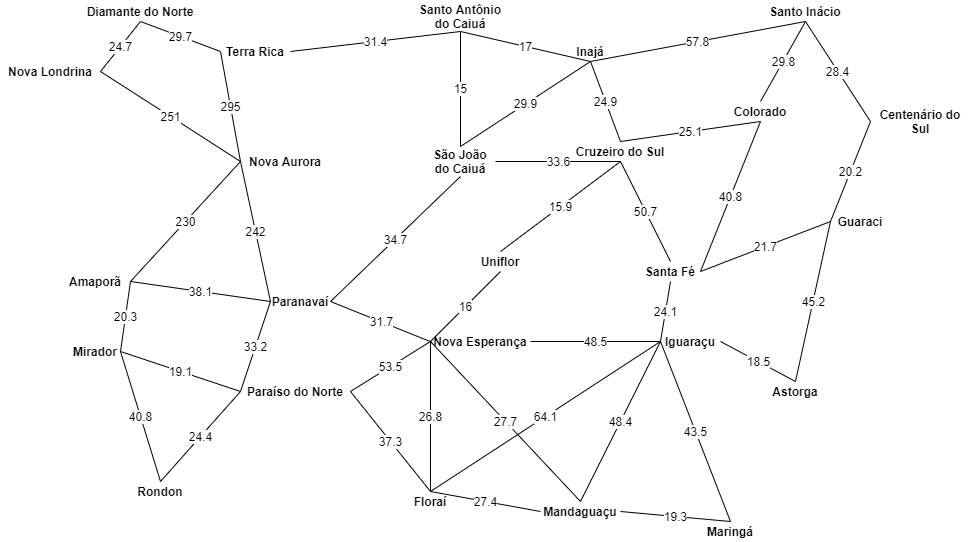
Before: Sistemas Inteligentes/Trabalho 1 - Comparação de buscas heurísticas/map_weight.png, a diagram exported from draw.io (keikomori/CP-UTFPR). Source tidied: cells renumbered, new cells last; positions are measured from the earlier drawing's top-left corner, leaving out a move shared by most shapes.
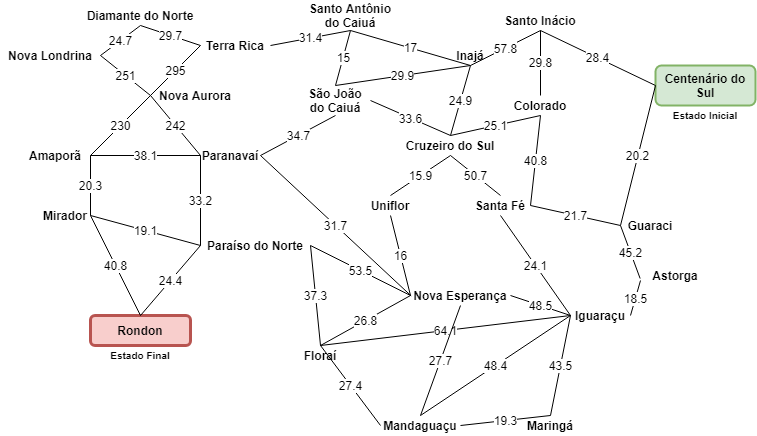
After the commit.

Diff of the diagram source:
```diff
@@ -6,76 +6,76 @@
       <mxGeometry x="80" width="120" height="20" as="geometry" />
     </mxCell>
     <mxCell id="3" value="Nova Londrina" style="text;html=1;strokeColor=none;fillColor=none;align=center;verticalAlign=middle;whiteSpace=wrap;rounded=0;fontSize=12;fontStyle=1;" parent="1" vertex="1">
-      <mxGeometry y="60" width="100" height="20" as="geometry" />
+      <mxGeometry y="40" width="100" height="20" as="geometry" />
     </mxCell>
     <mxCell id="4" value="Terra Rica" style="text;html=1;strokeColor=none;fillColor=none;align=center;verticalAlign=middle;whiteSpace=wrap;rounded=0;fontSize=12;fontStyle=1;" parent="1" vertex="1">
-      <mxGeometry x="220" y="40" width="70" height="20" as="geometry" />
+      <mxGeometry x="200" y="30" width="70" height="20" as="geometry" />
     </mxCell>
     <mxCell id="5" value="Nova Aurora" style="text;html=1;strokeColor=none;fillColor=none;align=center;verticalAlign=middle;whiteSpace=wrap;rounded=0;fontSize=12;fontStyle=1;" parent="1" vertex="1">
-      <mxGeometry x="240" y="150" width="90" height="20" as="geometry" />
+      <mxGeometry x="150" y="80" width="90" height="20" as="geometry" />
     </mxCell>
     <mxCell id="6" value="Amaporã" style="text;html=1;strokeColor=none;fillColor=none;align=center;verticalAlign=middle;whiteSpace=wrap;rounded=0;fontSize=12;fontStyle=1;" parent="1" vertex="1">
-      <mxGeometry x="60" y="270" width="70" height="20" as="geometry" />
+      <mxGeometry x="20" y="140" width="70" height="20" as="geometry" />
     </mxCell>
     <mxCell id="7" value="Mirador" style="text;html=1;strokeColor=none;fillColor=none;align=center;verticalAlign=middle;whiteSpace=wrap;rounded=0;fontSize=12;fontStyle=1;" parent="1" vertex="1">
-      <mxGeometry x="70" y="340" width="50" height="20" as="geometry" />
+      <mxGeometry x="40" y="200" width="50" height="20" as="geometry" />
     </mxCell>
-    <mxCell id="8" value="Rondon" style="text;html=1;strokeColor=none;fillColor=none;align=center;verticalAlign=middle;whiteSpace=wrap;rounded=0;fontSize=12;fontStyle=1;" parent="1" vertex="1">
-      <mxGeometry x="110" y="480" width="100" height="20" as="geometry" />
+    <mxCell id="8" value="Rondon" style="text;html=1;strokeColor=#b85450;fillColor=#f8cecc;align=center;verticalAlign=middle;whiteSpace=wrap;rounded=1;fontSize=12;fontStyle=1;strokeWidth=3;" parent="1" vertex="1">
+      <mxGeometry x="90" y="310" width="100" height="30" as="geometry" />
     </mxCell>
     <mxCell id="9" value="Paraíso do Norte" style="text;html=1;strokeColor=none;fillColor=none;align=center;verticalAlign=middle;whiteSpace=wrap;rounded=0;fontSize=12;fontStyle=1;" parent="1" vertex="1">
-      <mxGeometry x="240" y="380" width="110" height="20" as="geometry" />
+      <mxGeometry x="200" y="230" width="110" height="20" as="geometry" />
     </mxCell>
     <mxCell id="10" value="Paranavaí" style="text;html=1;strokeColor=none;fillColor=none;align=center;verticalAlign=middle;whiteSpace=wrap;rounded=0;fontSize=12;fontStyle=1;" parent="1" vertex="1">
-      <mxGeometry x="270" y="290" width="60" height="20" as="geometry" />
+      <mxGeometry x="200" y="140" width="60" height="20" as="geometry" />
     </mxCell>
     <mxCell id="11" value="São João do Caiuá" style="text;html=1;strokeColor=none;fillColor=none;align=center;verticalAlign=middle;whiteSpace=wrap;rounded=0;fontSize=12;fontStyle=1;" parent="1" vertex="1">
-      <mxGeometry x="425" y="145" width="70" height="30" as="geometry" />
+      <mxGeometry x="300" y="80" width="70" height="30" as="geometry" />
     </mxCell>
     <mxCell id="12" value="Santo Antônio do Caiuá" style="text;html=1;strokeColor=none;fillColor=none;align=center;verticalAlign=middle;whiteSpace=wrap;rounded=0;fontSize=12;fontStyle=1;" parent="1" vertex="1">
-      <mxGeometry x="410" width="100" height="30" as="geometry" />
+      <mxGeometry x="300" y="-5" width="100" height="30" as="geometry" />
     </mxCell>
     <mxCell id="13" value="Inajá" style="text;html=1;strokeColor=none;fillColor=none;align=center;verticalAlign=middle;whiteSpace=wrap;rounded=0;fontSize=12;fontStyle=1;" parent="1" vertex="1">
-      <mxGeometry x="570" y="40" width="40" height="20" as="geometry" />
+      <mxGeometry x="450" y="40" width="40" height="20" as="geometry" />
     </mxCell>
     <mxCell id="14" value="Cruzeiro do Sul" style="text;html=1;strokeColor=none;fillColor=none;align=center;verticalAlign=middle;whiteSpace=wrap;rounded=0;fontSize=12;fontStyle=1;" parent="1" vertex="1">
-      <mxGeometry x="570" y="140" width="100" height="20" as="geometry" />
+      <mxGeometry x="400" y="130" width="100" height="20" as="geometry" />
     </mxCell>
     <mxCell id="15" value="Uniflor" style="text;html=1;strokeColor=none;fillColor=none;align=center;verticalAlign=middle;whiteSpace=wrap;rounded=0;fontSize=12;fontStyle=1;" parent="1" vertex="1">
-      <mxGeometry x="470" y="250" width="60" height="20" as="geometry" />
+      <mxGeometry x="360" y="190" width="60" height="20" as="geometry" />
     </mxCell>
     <mxCell id="16" value="Nova Esperança" style="text;html=1;strokeColor=none;fillColor=none;align=center;verticalAlign=middle;whiteSpace=wrap;rounded=0;fontSize=12;fontStyle=1;" parent="1" vertex="1">
-      <mxGeometry x="430" y="330" width="100" height="20" as="geometry" />
+      <mxGeometry x="410" y="280" width="100" height="20" as="geometry" />
     </mxCell>
     <mxCell id="17" value="Floraí" style="text;html=1;strokeColor=none;fillColor=none;align=center;verticalAlign=middle;whiteSpace=wrap;rounded=0;fontSize=12;fontStyle=1;" parent="1" vertex="1">
-      <mxGeometry x="380" y="490" width="100" height="20" as="geometry" />
+      <mxGeometry x="270" y="340" width="100" height="20" as="geometry" />
     </mxCell>
     <mxCell id="18" value="Mandaguaçu" style="text;html=1;strokeColor=none;fillColor=none;align=center;verticalAlign=middle;whiteSpace=wrap;rounded=0;fontSize=12;fontStyle=1;" parent="1" vertex="1">
-      <mxGeometry x="540" y="500" width="80" height="20" as="geometry" />
+      <mxGeometry x="380" y="410" width="80" height="20" as="geometry" />
     </mxCell>
     <mxCell id="19" value="Maringá" style="text;html=1;strokeColor=none;fillColor=none;align=center;verticalAlign=middle;whiteSpace=wrap;rounded=0;fontSize=12;fontStyle=1;" parent="1" vertex="1">
-      <mxGeometry x="680" y="520" width="100" height="20" as="geometry" />
+      <mxGeometry x="500" y="410" width="100" height="20" as="geometry" />
     </mxCell>
     <mxCell id="20" value="Iguaraçu" style="text;html=1;strokeColor=none;fillColor=none;align=center;verticalAlign=middle;whiteSpace=wrap;rounded=0;fontSize=12;fontStyle=1;" parent="1" vertex="1">
-      <mxGeometry x="660" y="330" width="60" height="20" as="geometry" />
+      <mxGeometry x="570" y="300" width="60" height="20" as="geometry" />
     </mxCell>
     <mxCell id="21" value="Astorga" style="text;html=1;strokeColor=none;fillColor=none;align=center;verticalAlign=middle;whiteSpace=wrap;rounded=0;fontSize=12;fontStyle=1;" parent="1" vertex="1">
-      <mxGeometry x="760" y="380" width="70" height="20" as="geometry" />
+      <mxGeometry x="640" y="260" width="70" height="20" as="geometry" />
     </mxCell>
     <mxCell id="22" value="Santa Fé" style="text;html=1;strokeColor=none;fillColor=none;align=center;verticalAlign=middle;whiteSpace=wrap;rounded=0;fontSize=12;fontStyle=1;" parent="1" vertex="1">
-      <mxGeometry x="640" y="260" width="60" height="20" as="geometry" />
+      <mxGeometry x="470" y="190" width="60" height="20" as="geometry" />
     </mxCell>
     <mxCell id="23" value="Guaraci" style="text;html=1;strokeColor=none;fillColor=none;align=center;verticalAlign=middle;whiteSpace=wrap;rounded=0;fontSize=12;fontStyle=1;" parent="1" vertex="1">
-      <mxGeometry x="830" y="210" width="60" height="20" as="geometry" />
+      <mxGeometry x="620" y="210" width="60" height="20" as="geometry" />
     </mxCell>
-    <mxCell id="24" value="Centenário do Sul" style="text;html=1;strokeColor=none;fillColor=none;align=center;verticalAlign=middle;whiteSpace=wrap;rounded=0;fontSize=12;fontStyle=1;" parent="1" vertex="1">
-      <mxGeometry x="870" y="110" width="100" height="20" as="geometry" />
+    <mxCell id="24" value="Centenário do Sul" style="text;html=1;strokeColor=#82b366;fillColor=#d5e8d4;align=center;verticalAlign=middle;whiteSpace=wrap;rounded=1;fontSize=12;fontStyle=1;strokeWidth=2;glass=0;shadow=0;sketch=0;" parent="1" vertex="1">
+      <mxGeometry x="655" y="60" width="100" height="40" as="geometry" />
     </mxCell>
     <mxCell id="25" value="Colorado" style="text;html=1;strokeColor=none;fillColor=none;align=center;verticalAlign=middle;whiteSpace=wrap;rounded=0;fontSize=12;fontStyle=1;" parent="1" vertex="1">
-      <mxGeometry x="730" y="100" width="60" height="20" as="geometry" />
+      <mxGeometry x="510" y="90" width="60" height="20" as="geometry" />
     </mxCell>
     <mxCell id="26" value="Santo Inácio" style="text;html=1;strokeColor=none;fillColor=none;align=center;verticalAlign=middle;whiteSpace=wrap;rounded=0;fontSize=12;fontStyle=1;" parent="1" vertex="1">
-      <mxGeometry x="760" width="90" height="20" as="geometry" />
+      <mxGeometry x="495" y="5" width="90" height="20" as="geometry" />
     </mxCell>
     <mxCell id="27" value="24.7" style="endArrow=none;html=1;fontSize=12;entryX=0.5;entryY=1;entryDx=0;entryDy=0;exitX=1;exitY=0.5;exitDx=0;exitDy=0;" parent="1" edge="1" source="3" target="2">
       <mxGeometry relative="1" as="geometry" />
@@ -131,10 +131,8 @@
     <mxCell id="44" value="64.1" style="endArrow=none;html=1;fontSize=12;entryX=0;entryY=0.5;entryDx=0;entryDy=0;exitX=0.5;exitY=0;exitDx=0;exitDy=0;" parent="1" edge="1" source="17" target="20">
       <mxGeometry relative="1" as="geometry" />
     </mxCell>
-    <mxCell id="45" value="27.7" style="endArrow=none;html=1;fontSize=12;entryX=0.5;entryY=0;entryDx=0;entryDy=0;" parent="1" edge="1" target="18">
-      <mxGeometry relative="1" as="geometry">
-        <mxPoint x="430" y="340" as="sourcePoint" />
-      </mxGeometry>
+    <mxCell id="45" value="27.7" style="endArrow=none;html=1;fontSize=12;entryX=0.5;entryY=0;entryDx=0;entryDy=0;exitX=0.5;exitY=1;exitDx=0;exitDy=0;" parent="1" edge="1" source="16" target="18">
+      <mxGeometry relative="1" as="geometry" />
     </mxCell>
     <mxCell id="46" value="19.3" style="endArrow=none;html=1;fontSize=12;exitX=1;exitY=0.5;exitDx=0;exitDy=0;entryX=0.5;entryY=0;entryDx=0;entryDy=0;" parent="1" edge="1" source="18" target="19">
       <mxGeometry relative="1" as="geometry" />
@@ -148,13 +146,13 @@
     <mxCell id="49" value="48.5" style="endArrow=none;html=1;fontSize=12;exitX=1;exitY=0.5;exitDx=0;exitDy=0;entryX=0;entryY=0.5;entryDx=0;entryDy=0;" parent="1" edge="1" source="16" target="20">
       <mxGeometry relative="1" as="geometry" />
     </mxCell>
-    <mxCell id="50" value="18.5" style="endArrow=none;html=1;fontSize=12;exitX=1;exitY=0.5;exitDx=0;exitDy=0;entryX=0.5;entryY=0;entryDx=0;entryDy=0;" parent="1" edge="1" source="20" target="21">
+    <mxCell id="50" value="18.5" style="endArrow=none;html=1;fontSize=12;exitX=1;exitY=0.5;exitDx=0;exitDy=0;entryX=0;entryY=0.75;entryDx=0;entryDy=0;" parent="1" edge="1" source="20" target="21">
       <mxGeometry relative="1" as="geometry" />
     </mxCell>
     <mxCell id="51" value="24.1" style="endArrow=none;html=1;fontSize=12;exitX=0;exitY=0.5;exitDx=0;exitDy=0;entryX=0.5;entryY=1;entryDx=0;entryDy=0;" parent="1" edge="1" source="20" target="22">
       <mxGeometry relative="1" as="geometry" />
     </mxCell>
-    <mxCell id="52" value="45.2" style="endArrow=none;html=1;fontSize=12;exitX=0.5;exitY=0;exitDx=0;exitDy=0;entryX=0;entryY=0.5;entryDx=0;entryDy=0;" parent="1" edge="1" source="21" target="23">
+    <mxCell id="52" value="45.2" style="endArrow=none;html=1;fontSize=12;exitX=-0.005;exitY=0.65;exitDx=0;exitDy=0;entryX=0;entryY=0.5;entryDx=0;entryDy=0;exitPerimeter=0;" parent="1" edge="1" source="21" target="23">
       <mxGeometry relative="1" as="geometry" />
     </mxCell>
     <mxCell id="53" value="21.7" style="endArrow=none;html=1;fontSize=12;exitX=1;exitY=0.5;exitDx=0;exitDy=0;entryX=0;entryY=0.5;entryDx=0;entryDy=0;" parent="1" edge="1" source="22" target="23">
@@ -193,7 +191,7 @@
     <mxCell id="64" value="34.7" style="endArrow=none;html=1;fontSize=12;entryX=0.5;entryY=1;entryDx=0;entryDy=0;exitX=1;exitY=0.5;exitDx=0;exitDy=0;" parent="1" edge="1" source="10" target="11">
       <mxGeometry relative="1" as="geometry" />
     </mxCell>
-    <mxCell id="65" value="33.6" style="endArrow=none;html=1;fontSize=12;entryX=0.5;entryY=1;entryDx=0;entryDy=0;exitX=1;exitY=0.5;exitDx=0;exitDy=0;" parent="1" edge="1" source="11" target="14">
+    <mxCell id="65" value="33.6" style="endArrow=none;html=1;fontSize=12;entryX=0.5;entryY=0;entryDx=0;entryDy=0;exitX=1;exitY=0.5;exitDx=0;exitDy=0;" parent="1" edge="1" source="11" target="14">
       <mxGeometry relative="1" as="geometry" />
     </mxCell>
     <mxCell id="66" value="31.7" style="endArrow=none;html=1;fontSize=12;entryX=1;entryY=0.5;entryDx=0;entryDy=0;exitX=0.007;exitY=0.521;exitDx=0;exitDy=0;exitPerimeter=0;" parent="1" edge="1" source="16" target="10">
@@ -208,5 +206,11 @@
     <mxCell id="69" value="50.7" style="endArrow=none;html=1;fontSize=12;entryX=0.5;entryY=1;entryDx=0;entryDy=0;exitX=0.5;exitY=0;exitDx=0;exitDy=0;" parent="1" edge="1" source="22" target="14">
       <mxGeometry relative="1" as="geometry" />
     </mxCell>
+    <mxCell id="70" value="Estado Inicial" style="text;html=1;strokeColor=none;fillColor=none;align=center;verticalAlign=middle;whiteSpace=wrap;rounded=0;shadow=0;glass=0;sketch=0;fontSize=10;fontStyle=1;" parent="1" vertex="1">
+      <mxGeometry x="665" y="100" width="80" height="20" as="geometry" />
+    </mxCell>
+    <mxCell id="71" value="Estado Final" style="text;html=1;strokeColor=none;fillColor=none;align=center;verticalAlign=middle;whiteSpace=wrap;rounded=0;shadow=0;glass=0;sketch=0;fontSize=10;fontStyle=1;" parent="1" vertex="1">
+      <mxGeometry x="100" y="340" width="80" height="20" as="geometry" />
+    </mxCell>
   </root>
 </mxGraphModel>
```
